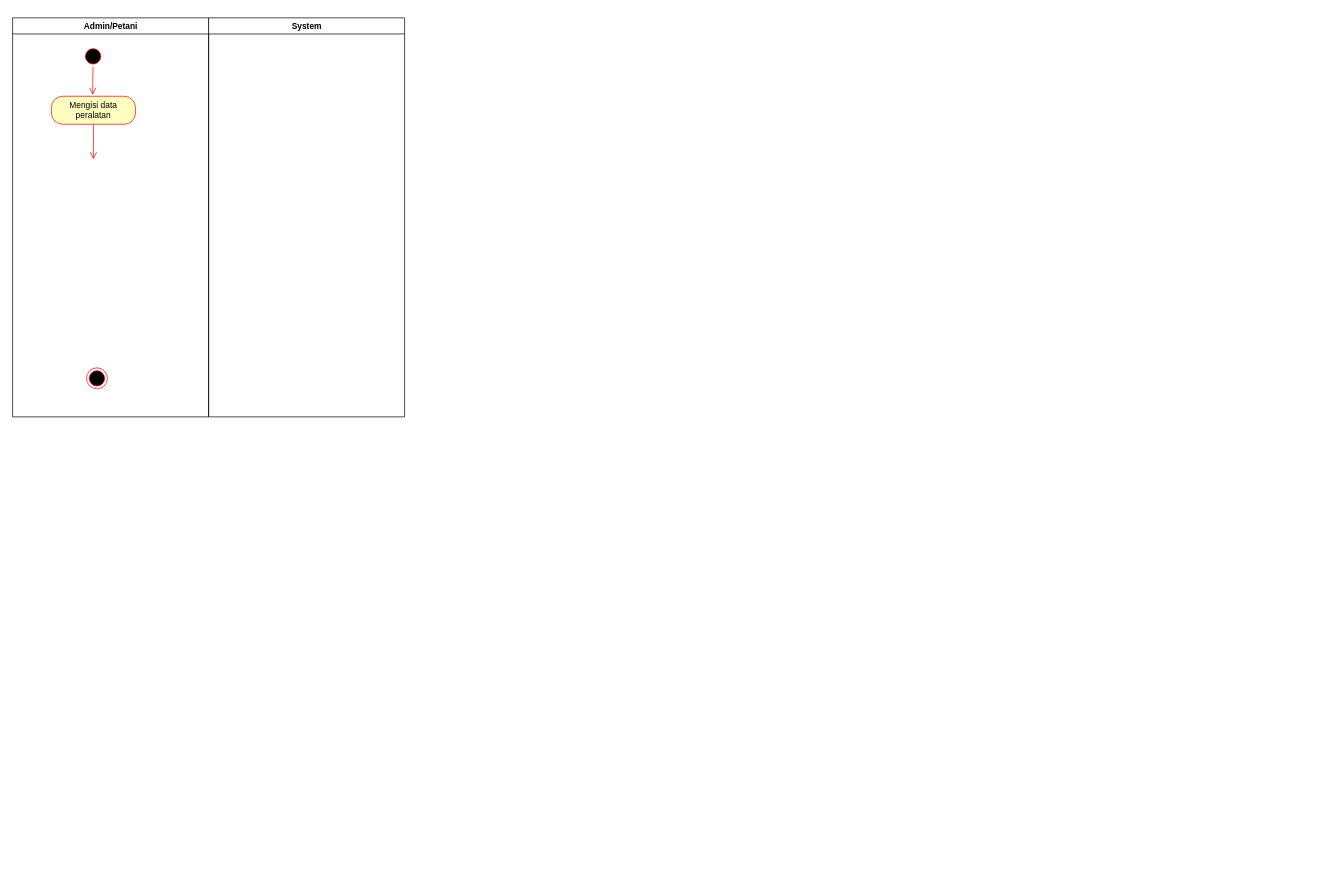
This is USE CASE Diagram.drawio from ikhsannz/Praktek01, a draw.io file, before an edit. Source tidied: cells renumbered, new cells numbered last; positions are measured from the earlier drawing's top-left corner, leaving out a move shared by most shapes. Both pictures are drawn from the tidied source at 70%, with x=0, y=0 at pixel (12, 18).
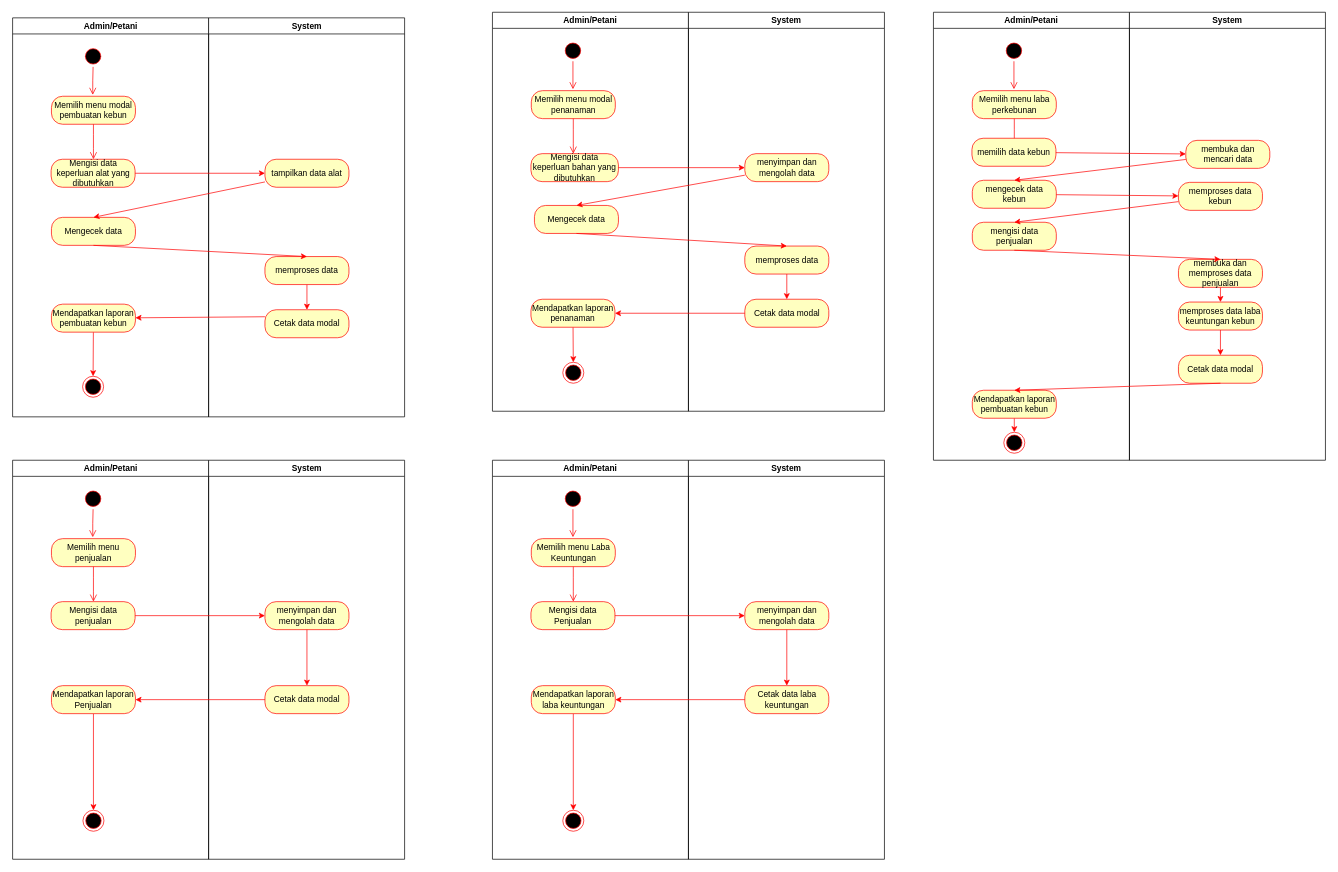
After the change.

Unchanged cells that the change refers to:
```xml
<mxCell id="2" value="Admin/Petani" style="swimlane;whiteSpace=wrap;" parent="1" vertex="1">
  <mxGeometry x="0.5" width="280" height="570" as="geometry" />
</mxCell>
<mxCell id="8" value="System" style="swimlane;whiteSpace=wrap;startSize=23;" parent="1" vertex="1">
  <mxGeometry x="280.5" width="280" height="570" as="geometry" />
</mxCell>
```

What changed in the source:
```diff
@@
-    <mxCell id="5" value="Mengisi data peralatan" style="rounded=1;whiteSpace=wrap;html=1;arcSize=40;fontColor=#000000;fillColor=#ffffc0;strokeColor=#ff0000;" parent="2" vertex="1">
+    <mxCell id="5" value="Memilih menu modal pembuatan kebun" style="rounded=1;whiteSpace=wrap;html=1;arcSize=40;fontColor=#000000;fillColor=#ffffc0;strokeColor=#ff0000;" parent="2" vertex="1">
       <mxGeometry x="55.5" y="112" width="120" height="40" as="geometry" />
     </mxCell>
@@
     <mxCell id="7" style="ellipse;shape=endState;fillColor=#000000;strokeColor=#ff0000;" parent="2" vertex="1">
-      <mxGeometry x="105.5" y="500" width="30" height="30" as="geometry" />
+      <mxGeometry x="100" y="512" width="30" height="30" as="geometry" />
     </mxCell>
+    <mxCell id="9" value="Mengisi data keperluan alat yang dibutuhkan" style="rounded=1;whiteSpace=wrap;html=1;arcSize=40;fontColor=#000000;fillColor=#ffffc0;strokeColor=#ff0000;" parent="2" vertex="1">
+      <mxGeometry x="55" y="202" width="120" height="40" as="geometry" />
+    </mxCell>
+    <mxCell id="10" style="edgeStyle=none;rounded=0;jettySize=auto;html=1;strokeColor=#FF0000;" parent="2" edge="1" source="11" target="7">
+      <mxGeometry relative="1" as="geometry" />
+    </mxCell>
+    <mxCell id="11" value="Mendapatkan laporan pembuatan kebun" style="rounded=1;whiteSpace=wrap;html=1;arcSize=40;fontColor=#000000;fillColor=#ffffc0;strokeColor=#ff0000;" parent="2" vertex="1">
+      <mxGeometry x="55.5" y="409" width="120" height="40" as="geometry" />
+    </mxCell>
+    <mxCell id="12" value="Mengecek data" style="rounded=1;whiteSpace=wrap;html=1;arcSize=40;fontColor=#000000;fillColor=#ffffc0;strokeColor=#ff0000;" parent="2" vertex="1">
+      <mxGeometry x="55.5" y="285" width="120" height="40" as="geometry" />
+    </mxCell>
@@
+    <mxCell id="13" value="tampilkan data alat" style="rounded=1;whiteSpace=wrap;html=1;arcSize=40;fontColor=#000000;fillColor=#ffffc0;strokeColor=#ff0000;" parent="8" vertex="1">
+      <mxGeometry x="80.5" y="202" width="120" height="40" as="geometry" />
+    </mxCell>
+    <mxCell id="14" style="edgeStyle=none;rounded=1;jettySize=auto;html=1;strokeColor=#FF0000;" parent="8" edge="1" source="15" target="16">
+      <mxGeometry relative="1" as="geometry" />
+    </mxCell>
+    <mxCell id="15" value="memproses data" style="rounded=1;whiteSpace=wrap;html=1;arcSize=40;fontColor=#000000;fillColor=#ffffc0;strokeColor=#ff0000;" parent="8" vertex="1">
+      <mxGeometry x="80.5" y="341" width="120" height="40" as="geometry" />
+    </mxCell>
+    <mxCell id="16" value="Cetak data modal " style="rounded=1;whiteSpace=wrap;html=1;arcSize=40;fontColor=#000000;fillColor=#ffffc0;strokeColor=#ff0000;" parent="8" vertex="1">
+      <mxGeometry x="80.5" y="417" width="120" height="40" as="geometry" />
+    </mxCell>
+    <mxCell id="17" style="edgeStyle=none;rounded=1;jettySize=auto;html=1;strokeColor=#FF0000;" parent="1" edge="1" source="9" target="13">
+      <mxGeometry relative="1" as="geometry" />
+    </mxCell>
+    <mxCell id="18" style="edgeStyle=none;rounded=0;jettySize=auto;html=1;strokeColor=#FF0000;exitX=0;exitY=0.25;exitDx=0;exitDy=0;" parent="1" edge="1" source="16" target="11">
+      <mxGeometry relative="1" as="geometry" />
+    </mxCell>
+    <mxCell id="19" value="Admin/Petani" style="swimlane;whiteSpace=wrap;" parent="1" vertex="1">
+      <mxGeometry x="686" y="-8" width="280" height="570" as="geometry" />
+    </mxCell>
+    <mxCell id="20" style="ellipse;shape=startState;fillColor=#000000;strokeColor=#ff0000;" parent="19" vertex="1">
+      <mxGeometry x="100" y="40" width="30" height="30" as="geometry" />
+    </mxCell>
+    <mxCell id="21" style="edgeStyle=elbowEdgeStyle;elbow=horizontal;verticalAlign=bottom;endArrow=open;endSize=8;strokeColor=#FF0000;endFill=1;rounded=0;" parent="19" edge="1" source="20">
+      <mxGeometry x="100" y="40" as="geometry">
+        <mxPoint x="114.5" y="110" as="targetPoint" />
+      </mxGeometry>
+    </mxCell>
+    <mxCell id="22" value="Memilih menu modal penanaman" style="rounded=1;whiteSpace=wrap;html=1;arcSize=40;fontColor=#000000;fillColor=#ffffc0;strokeColor=#ff0000;" parent="19" vertex="1">
+      <mxGeometry x="55.5" y="112" width="120" height="40" as="geometry" />
+    </mxCell>
+    <mxCell id="23" style="edgeStyle=orthogonalEdgeStyle;html=1;verticalAlign=bottom;endArrow=open;endSize=8;strokeColor=#ff0000;" parent="19" edge="1" source="22">
+      <mxGeometry relative="1" as="geometry">
+        <mxPoint x="115.5" y="202" as="targetPoint" />
+      </mxGeometry>
+    </mxCell>
+    <mxCell id="24" style="ellipse;shape=endState;fillColor=#000000;strokeColor=#ff0000;" parent="19" vertex="1">
+      <mxGeometry x="100.5" y="500" width="30" height="30" as="geometry" />
+    </mxCell>
+    <mxCell id="25" value="Mengisi data keperluan bahan yang dibutuhkan" style="rounded=1;whiteSpace=wrap;html=1;arcSize=40;fontColor=#000000;fillColor=#ffffc0;strokeColor=#ff0000;" parent="19" vertex="1">
+      <mxGeometry x="55" y="202" width="125" height="40" as="geometry" />
+    </mxCell>
+    <mxCell id="26" style="edgeStyle=none;rounded=0;jettySize=auto;html=1;strokeColor=#FF0000;" parent="19" edge="1" source="27" target="24">
+      <mxGeometry relative="1" as="geometry" />
+    </mxCell>
+    <mxCell id="27" value="Mendapatkan laporan penanaman " style="rounded=1;whiteSpace=wrap;html=1;arcSize=40;fontColor=#000000;fillColor=#ffffc0;strokeColor=#ff0000;" parent="19" vertex="1">
+      <mxGeometry x="55" y="410" width="120" height="40" as="geometry" />
+    </mxCell>
+    <mxCell id="28" value="Mengecek data" style="rounded=1;whiteSpace=wrap;html=1;arcSize=40;fontColor=#000000;fillColor=#ffffc0;strokeColor=#ff0000;" parent="19" vertex="1">
+      <mxGeometry x="60" y="276" width="120" height="40" as="geometry" />
+    </mxCell>
+    <mxCell id="29" value="System" style="swimlane;whiteSpace=wrap;startSize=23;" parent="1" vertex="1">
+      <mxGeometry x="966" y="-8" width="280" height="570" as="geometry" />
+    </mxCell>
+    <mxCell id="30" value="menyimpan dan mengolah data" style="rounded=1;whiteSpace=wrap;html=1;arcSize=40;fontColor=#000000;fillColor=#ffffc0;strokeColor=#ff0000;" parent="29" vertex="1">
+      <mxGeometry x="80.5" y="202" width="120" height="40" as="geometry" />
+    </mxCell>
+    <mxCell id="31" value="Cetak data modal " style="rounded=1;whiteSpace=wrap;html=1;arcSize=40;fontColor=#000000;fillColor=#ffffc0;strokeColor=#ff0000;" parent="29" vertex="1">
+      <mxGeometry x="80.5" y="410" width="120" height="40" as="geometry" />
+    </mxCell>
+    <mxCell id="32" style="edgeStyle=none;rounded=1;jettySize=auto;html=1;exitX=0.5;exitY=1;exitDx=0;exitDy=0;entryX=0.5;entryY=0;entryDx=0;entryDy=0;strokeColor=#FF0000;" parent="29" edge="1" source="33" target="31">
+      <mxGeometry relative="1" as="geometry" />
+    </mxCell>
+    <mxCell id="33" value="memproses data" style="rounded=1;whiteSpace=wrap;html=1;arcSize=40;fontColor=#000000;fillColor=#ffffc0;strokeColor=#ff0000;" parent="29" vertex="1">
+      <mxGeometry x="80.5" y="334" width="120" height="40" as="geometry" />
+    </mxCell>
+    <mxCell id="34" style="edgeStyle=none;rounded=1;jettySize=auto;html=1;strokeColor=#FF0000;" parent="1" edge="1" source="25" target="30">
+      <mxGeometry relative="1" as="geometry" />
+    </mxCell>
+    <mxCell id="35" style="edgeStyle=none;rounded=0;jettySize=auto;html=1;strokeColor=#FF0000;" parent="1" edge="1" source="31" target="27">
+      <mxGeometry relative="1" as="geometry" />
+    </mxCell>
+    <mxCell id="36" value="Admin/Petani" style="swimlane;whiteSpace=wrap;" parent="1" vertex="1">
+      <mxGeometry x="0.5" y="632" width="280" height="570" as="geometry" />
+    </mxCell>
+    <mxCell id="37" style="ellipse;shape=startState;fillColor=#000000;strokeColor=#ff0000;" parent="36" vertex="1">
+      <mxGeometry x="100" y="40" width="30" height="30" as="geometry" />
+    </mxCell>
+    <mxCell id="38" style="edgeStyle=elbowEdgeStyle;elbow=horizontal;verticalAlign=bottom;endArrow=open;endSize=8;strokeColor=#FF0000;endFill=1;rounded=0;" parent="36" edge="1" source="37">
+      <mxGeometry x="100" y="40" as="geometry">
+        <mxPoint x="114.5" y="110" as="targetPoint" />
+      </mxGeometry>
+    </mxCell>
+    <mxCell id="39" value="Memilih menu penjualan" style="rounded=1;whiteSpace=wrap;html=1;arcSize=40;fontColor=#000000;fillColor=#ffffc0;strokeColor=#ff0000;" parent="36" vertex="1">
+      <mxGeometry x="55.5" y="112" width="120" height="40" as="geometry" />
+    </mxCell>
+    <mxCell id="40" style="edgeStyle=orthogonalEdgeStyle;html=1;verticalAlign=bottom;endArrow=open;endSize=8;strokeColor=#ff0000;" parent="36" edge="1" source="39">
+      <mxGeometry relative="1" as="geometry">
+        <mxPoint x="115.5" y="202" as="targetPoint" />
+      </mxGeometry>
+    </mxCell>
+    <mxCell id="41" style="ellipse;shape=endState;fillColor=#000000;strokeColor=#ff0000;" parent="36" vertex="1">
+      <mxGeometry x="100.5" y="500" width="30" height="30" as="geometry" />
+    </mxCell>
+    <mxCell id="42" value="Mengisi data penjualan" style="rounded=1;whiteSpace=wrap;html=1;arcSize=40;fontColor=#000000;fillColor=#ffffc0;strokeColor=#ff0000;" parent="36" vertex="1">
+      <mxGeometry x="55" y="202" width="120" height="40" as="geometry" />
+    </mxCell>
+    <mxCell id="43" style="edgeStyle=none;rounded=0;jettySize=auto;html=1;strokeColor=#FF0000;" parent="36" edge="1" source="44" target="41">
+      <mxGeometry relative="1" as="geometry" />
+    </mxCell>
+    <mxCell id="44" value="Mendapatkan laporan Penjualan" style="rounded=1;whiteSpace=wrap;html=1;arcSize=40;fontColor=#000000;fillColor=#ffffc0;strokeColor=#ff0000;" parent="36" vertex="1">
+      <mxGeometry x="55.5" y="322" width="120" height="40" as="geometry" />
+    </mxCell>
+    <mxCell id="45" value="System" style="swimlane;whiteSpace=wrap;startSize=23;" parent="1" vertex="1">
+      <mxGeometry x="280.5" y="632" width="280" height="570" as="geometry" />
+    </mxCell>
+    <mxCell id="46" value="menyimpan dan mengolah data" style="rounded=1;whiteSpace=wrap;html=1;arcSize=40;fontColor=#000000;fillColor=#ffffc0;strokeColor=#ff0000;" parent="45" vertex="1">
+      <mxGeometry x="80.5" y="202" width="120" height="40" as="geometry" />
+    </mxCell>
+    <mxCell id="47" value="Cetak data modal " style="rounded=1;whiteSpace=wrap;html=1;arcSize=40;fontColor=#000000;fillColor=#ffffc0;strokeColor=#ff0000;" parent="45" vertex="1">
+      <mxGeometry x="80.5" y="322" width="120" height="40" as="geometry" />
+    </mxCell>
+    <mxCell id="48" style="edgeStyle=none;rounded=0;jettySize=auto;html=1;strokeColor=#FF0000;" parent="45" edge="1" source="46" target="47">
+      <mxGeometry relative="1" as="geometry" />
+    </mxCell>
+    <mxCell id="49" style="edgeStyle=none;rounded=1;jettySize=auto;html=1;strokeColor=#FF0000;" parent="1" edge="1" source="42" target="46">
+      <mxGeometry relative="1" as="geometry" />
+    </mxCell>
+    <mxCell id="50" style="edgeStyle=none;rounded=0;jettySize=auto;html=1;strokeColor=#FF0000;" parent="1" edge="1" source="47" target="44">
+      <mxGeometry relative="1" as="geometry" />
+    </mxCell>
+    <mxCell id="51" value="Admin/Petani" style="swimlane;whiteSpace=wrap;" parent="1" vertex="1">
+      <mxGeometry x="686" y="632" width="280" height="570" as="geometry" />
+    </mxCell>
+    <mxCell id="52" style="ellipse;shape=startState;fillColor=#000000;strokeColor=#ff0000;" parent="51" vertex="1">
+      <mxGeometry x="100" y="40" width="30" height="30" as="geometry" />
+    </mxCell>
+    <mxCell id="53" style="edgeStyle=elbowEdgeStyle;elbow=horizontal;verticalAlign=bottom;endArrow=open;endSize=8;strokeColor=#FF0000;endFill=1;rounded=0;" parent="51" edge="1" source="52">
+      <mxGeometry x="100" y="40" as="geometry">
+        <mxPoint x="114.5" y="110" as="targetPoint" />
+      </mxGeometry>
+    </mxCell>
+    <mxCell id="54" value="Memilih menu Laba Keuntungan" style="rounded=1;whiteSpace=wrap;html=1;arcSize=40;fontColor=#000000;fillColor=#ffffc0;strokeColor=#ff0000;" parent="51" vertex="1">
+      <mxGeometry x="55.5" y="112" width="120" height="40" as="geometry" />
+    </mxCell>
+    <mxCell id="55" style="edgeStyle=orthogonalEdgeStyle;html=1;verticalAlign=bottom;endArrow=open;endSize=8;strokeColor=#ff0000;" parent="51" edge="1" source="54">
+      <mxGeometry relative="1" as="geometry">
+        <mxPoint x="115.5" y="202" as="targetPoint" />
+      </mxGeometry>
+    </mxCell>
+    <mxCell id="56" style="ellipse;shape=endState;fillColor=#000000;strokeColor=#ff0000;" parent="51" vertex="1">
+      <mxGeometry x="100.5" y="500" width="30" height="30" as="geometry" />
+    </mxCell>
+    <mxCell id="57" value="Mengisi data Penjualan" style="rounded=1;whiteSpace=wrap;html=1;arcSize=40;fontColor=#000000;fillColor=#ffffc0;strokeColor=#ff0000;" parent="51" vertex="1">
+      <mxGeometry x="55" y="202" width="120" height="40" as="geometry" />
+    </mxCell>
+    <mxCell id="58" style="edgeStyle=none;rounded=0;jettySize=auto;html=1;strokeColor=#FF0000;" parent="51" edge="1" source="59" target="56">
+      <mxGeometry relative="1" as="geometry" />
+    </mxCell>
+    <mxCell id="59" value="Mendapatkan laporan laba keuntungan" style="rounded=1;whiteSpace=wrap;html=1;arcSize=40;fontColor=#000000;fillColor=#ffffc0;strokeColor=#ff0000;" parent="51" vertex="1">
+      <mxGeometry x="55.5" y="322" width="120" height="40" as="geometry" />
+    </mxCell>
+    <mxCell id="60" value="System" style="swimlane;whiteSpace=wrap;startSize=23;" parent="1" vertex="1">
+      <mxGeometry x="966" y="632" width="280" height="570" as="geometry" />
+    </mxCell>
+    <mxCell id="61" value="menyimpan dan mengolah data" style="rounded=1;whiteSpace=wrap;html=1;arcSize=40;fontColor=#000000;fillColor=#ffffc0;strokeColor=#ff0000;" parent="60" vertex="1">
+      <mxGeometry x="80.5" y="202" width="120" height="40" as="geometry" />
+    </mxCell>
+    <mxCell id="62" value="Cetak data laba keuntungan " style="rounded=1;whiteSpace=wrap;html=1;arcSize=40;fontColor=#000000;fillColor=#ffffc0;strokeColor=#ff0000;" parent="60" vertex="1">
+      <mxGeometry x="80.5" y="322" width="120" height="40" as="geometry" />
+    </mxCell>
+    <mxCell id="63" style="edgeStyle=none;rounded=0;jettySize=auto;html=1;strokeColor=#FF0000;" parent="60" edge="1" source="61" target="62">
+      <mxGeometry relative="1" as="geometry" />
+    </mxCell>
+    <mxCell id="64" style="edgeStyle=none;rounded=1;jettySize=auto;html=1;strokeColor=#FF0000;" parent="1" edge="1" source="57" target="61">
+      <mxGeometry relative="1" as="geometry" />
+    </mxCell>
+    <mxCell id="65" style="edgeStyle=none;rounded=0;jettySize=auto;html=1;strokeColor=#FF0000;" parent="1" edge="1" source="62" target="59">
+      <mxGeometry relative="1" as="geometry" />
+    </mxCell>
+    <mxCell id="66" value="Admin/Petani" style="swimlane;whiteSpace=wrap;" parent="1" vertex="1">
+      <mxGeometry x="1316" y="-8" width="280" height="640" as="geometry" />
+    </mxCell>
+    <mxCell id="67" style="ellipse;shape=startState;fillColor=#000000;strokeColor=#ff0000;" parent="66" vertex="1">
+      <mxGeometry x="100" y="40" width="30" height="30" as="geometry" />
+    </mxCell>
+    <mxCell id="68" style="edgeStyle=elbowEdgeStyle;elbow=horizontal;verticalAlign=bottom;endArrow=open;endSize=8;strokeColor=#FF0000;endFill=1;rounded=0;" parent="66" edge="1" source="67">
+      <mxGeometry x="100" y="40" as="geometry">
+        <mxPoint x="114.5" y="110" as="targetPoint" />
+      </mxGeometry>
+    </mxCell>
+    <mxCell id="69" value="Memilih menu laba perkebunan" style="rounded=1;whiteSpace=wrap;html=1;arcSize=40;fontColor=#000000;fillColor=#ffffc0;strokeColor=#ff0000;" parent="66" vertex="1">
+      <mxGeometry x="55.5" y="112" width="120" height="40" as="geometry" />
+    </mxCell>
+    <mxCell id="70" style="edgeStyle=orthogonalEdgeStyle;html=1;verticalAlign=bottom;endArrow=open;endSize=8;strokeColor=#ff0000;" parent="66" edge="1" source="69">
+      <mxGeometry relative="1" as="geometry">
+        <mxPoint x="115.5" y="202" as="targetPoint" />
+      </mxGeometry>
+    </mxCell>
+    <mxCell id="71" style="ellipse;shape=endState;fillColor=#000000;strokeColor=#ff0000;" parent="66" vertex="1">
+      <mxGeometry x="100.5" y="600" width="30" height="30" as="geometry" />
+    </mxCell>
+    <mxCell id="72" value="memilih data kebun" style="rounded=1;whiteSpace=wrap;html=1;arcSize=40;fontColor=#000000;fillColor=#ffffc0;strokeColor=#ff0000;" parent="66" vertex="1">
+      <mxGeometry x="55" y="180" width="120" height="40" as="geometry" />
+    </mxCell>
+    <mxCell id="73" style="edgeStyle=none;rounded=0;jettySize=auto;html=1;strokeColor=#FF0000;" parent="66" edge="1" source="74" target="71">
+      <mxGeometry relative="1" as="geometry" />
+    </mxCell>
+    <mxCell id="74" value="Mendapatkan laporan pembuatan kebun" style="rounded=1;whiteSpace=wrap;html=1;arcSize=40;fontColor=#000000;fillColor=#ffffc0;strokeColor=#ff0000;" parent="66" vertex="1">
+      <mxGeometry x="55.5" y="540" width="120" height="40" as="geometry" />
+    </mxCell>
+    <mxCell id="75" value="mengecek data kebun" style="rounded=1;whiteSpace=wrap;html=1;arcSize=40;fontColor=#000000;fillColor=#ffffc0;strokeColor=#ff0000;" parent="66" vertex="1">
+      <mxGeometry x="55.5" y="240" width="120" height="40" as="geometry" />
+    </mxCell>
+    <mxCell id="76" value="mengisi data penjualan" style="rounded=1;whiteSpace=wrap;html=1;arcSize=40;fontColor=#000000;fillColor=#ffffc0;strokeColor=#ff0000;" parent="66" vertex="1">
+      <mxGeometry x="55.5" y="300" width="120" height="40" as="geometry" />
+    </mxCell>
+    <mxCell id="77" value="System" style="swimlane;whiteSpace=wrap;startSize=23;" parent="1" vertex="1">
+      <mxGeometry x="1596" y="-8" width="280" height="640" as="geometry" />
+    </mxCell>
+    <mxCell id="78" value="membuka dan mencari data" style="rounded=1;whiteSpace=wrap;html=1;arcSize=40;fontColor=#000000;fillColor=#ffffc0;strokeColor=#ff0000;" parent="77" vertex="1">
+      <mxGeometry x="80.5" y="183" width="120" height="40" as="geometry" />
+    </mxCell>
+    <mxCell id="79" value="Cetak data modal " style="rounded=1;whiteSpace=wrap;html=1;arcSize=40;fontColor=#000000;fillColor=#ffffc0;strokeColor=#ff0000;" parent="77" vertex="1">
+      <mxGeometry x="70" y="490" width="120" height="40" as="geometry" />
+    </mxCell>
+    <mxCell id="80" value="memproses data kebun" style="rounded=1;whiteSpace=wrap;html=1;arcSize=40;fontColor=#000000;fillColor=#ffffc0;strokeColor=#ff0000;" parent="77" vertex="1">
+      <mxGeometry x="70" y="243" width="120" height="40" as="geometry" />
+    </mxCell>
+    <mxCell id="81" style="edgeStyle=none;rounded=1;jettySize=auto;html=1;strokeColor=#FF0000;" parent="77" edge="1" source="82" target="84">
+      <mxGeometry relative="1" as="geometry" />
+    </mxCell>
+    <mxCell id="82" value="membuka dan memproses data penjualan" style="rounded=1;whiteSpace=wrap;html=1;arcSize=40;fontColor=#000000;fillColor=#ffffc0;strokeColor=#ff0000;" parent="77" vertex="1">
+      <mxGeometry x="70" y="353" width="120" height="40" as="geometry" />
+    </mxCell>
+    <mxCell id="83" style="edgeStyle=none;rounded=1;jettySize=auto;html=1;strokeColor=#FF0000;" parent="77" edge="1" source="84">
+      <mxGeometry relative="1" as="geometry">
+        <mxPoint x="130" y="490" as="targetPoint" />
+      </mxGeometry>
+    </mxCell>
+    <mxCell id="84" value="memproses data laba keuntungan kebun" style="rounded=1;whiteSpace=wrap;html=1;arcSize=40;fontColor=#000000;fillColor=#ffffc0;strokeColor=#ff0000;" parent="77" vertex="1">
+      <mxGeometry x="70" y="414" width="120" height="40" as="geometry" />
+    </mxCell>
+    <mxCell id="85" style="edgeStyle=none;rounded=1;jettySize=auto;html=1;strokeColor=#FF0000;" parent="1" edge="1" source="72" target="78">
+      <mxGeometry relative="1" as="geometry" />
+    </mxCell>
+    <mxCell id="86" style="edgeStyle=none;rounded=0;jettySize=auto;html=1;strokeColor=#FF0000;exitX=0.5;exitY=1;exitDx=0;exitDy=0;entryX=0.5;entryY=0;entryDx=0;entryDy=0;" parent="1" edge="1" source="79" target="74">
+      <mxGeometry relative="1" as="geometry" />
+    </mxCell>
+    <mxCell id="87" style="edgeStyle=none;rounded=0;jettySize=auto;html=1;strokeColor=#FF0000;entryX=0.5;entryY=0;entryDx=0;entryDy=0;" parent="1" edge="1" source="13" target="12">
+      <mxGeometry relative="1" as="geometry" />
+    </mxCell>
+    <mxCell id="88" style="edgeStyle=none;rounded=1;jettySize=auto;html=1;exitX=0.5;exitY=1;exitDx=0;exitDy=0;entryX=0.5;entryY=0;entryDx=0;entryDy=0;strokeColor=#FF0000;" parent="1" edge="1" source="12" target="15">
+      <mxGeometry relative="1" as="geometry" />
+    </mxCell>
+    <mxCell id="89" style="edgeStyle=none;rounded=0;jettySize=auto;html=1;strokeColor=#FF0000;entryX=0.5;entryY=0;entryDx=0;entryDy=0;" parent="1" edge="1" source="30" target="28">
+      <mxGeometry relative="1" as="geometry" />
+    </mxCell>
+    <mxCell id="90" style="edgeStyle=none;rounded=1;jettySize=auto;html=1;exitX=0.5;exitY=1;exitDx=0;exitDy=0;entryX=0.5;entryY=0;entryDx=0;entryDy=0;strokeColor=#FF0000;" parent="1" edge="1" source="28" target="33">
+      <mxGeometry relative="1" as="geometry" />
+    </mxCell>
+    <mxCell id="91" style="edgeStyle=none;rounded=0;jettySize=auto;html=1;strokeColor=#FF0000;entryX=0.5;entryY=0;entryDx=0;entryDy=0;" parent="1" edge="1" source="78" target="75">
+      <mxGeometry relative="1" as="geometry" />
+    </mxCell>
+    <mxCell id="92" style="edgeStyle=none;rounded=1;jettySize=auto;html=1;strokeColor=#FF0000;" parent="1" edge="1" source="75" target="80">
+      <mxGeometry relative="1" as="geometry" />
+    </mxCell>
+    <mxCell id="93" style="edgeStyle=none;rounded=1;jettySize=auto;html=1;strokeColor=#FF0000;entryX=0.5;entryY=0;entryDx=0;entryDy=0;" parent="1" edge="1" source="80" target="76">
+      <mxGeometry relative="1" as="geometry" />
+    </mxCell>
+    <mxCell id="94" style="edgeStyle=none;rounded=1;jettySize=auto;html=1;strokeColor=#FF0000;exitX=0.5;exitY=1;exitDx=0;exitDy=0;entryX=0.5;entryY=0;entryDx=0;entryDy=0;" parent="1" edge="1" source="76" target="82">
+      <mxGeometry relative="1" as="geometry" />
+    </mxCell>
```
